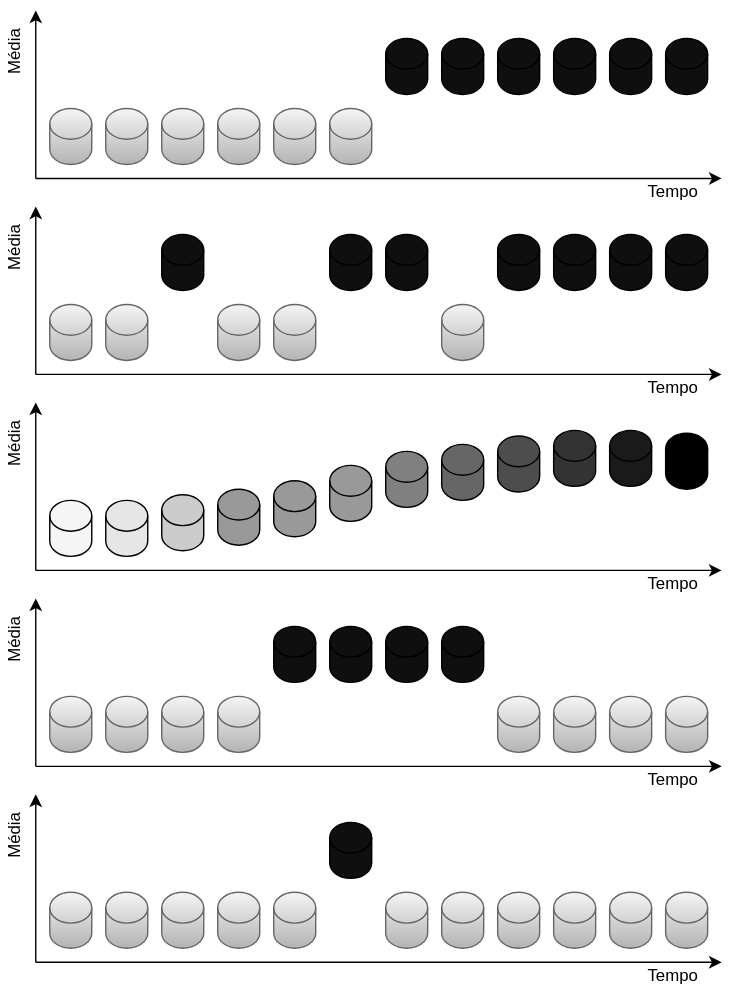
The draw.io diagram Desvios.svg in AllenHichard/machine-learning-image, before a commit. Source tidied: cells renumbered, new cells last; positions are measured from the earlier drawing's top-left corner, leaving out a move shared by most shapes.
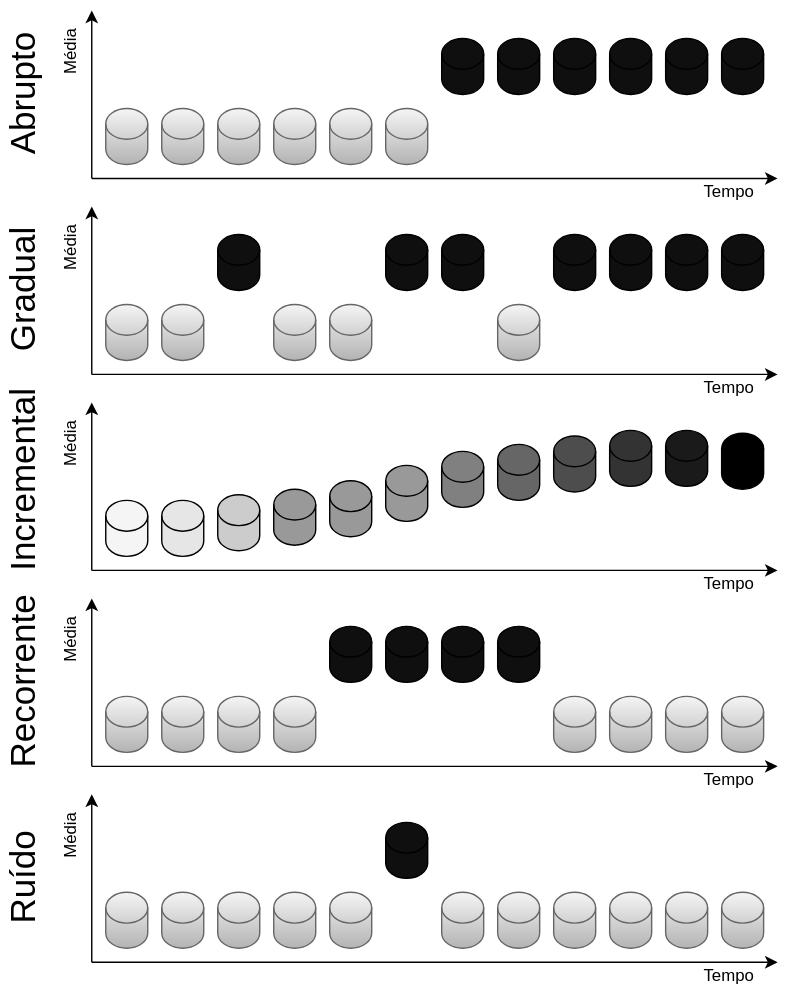
The same diagram one commit later.

Change to the diagram source:
```diff
@@ -272,5 +272,23 @@
     <mxCell id="81" style="shape=cylinder3;whiteSpace=wrap;html=1;boundedLbl=1;backgroundOutline=1;size=11;rotation=0;direction=east;flipV=0;flipH=0;gradientColor=#b3b3b3;fillColor=#f5f5f5;strokeColor=#666666;" parent="1" vertex="1">
       <mxGeometry x="330" y="630" width="30" height="40" as="geometry" />
     </mxCell>
+    <mxCell id="82" value="Text" style="text;html=1;strokeColor=none;fillColor=none;align=center;verticalAlign=middle;whiteSpace=wrap;rounded=0;fontColor=#FFFFFF;" parent="1" vertex="1">
+      <mxGeometry x="190" y="280" width="40" height="20" as="geometry" />
+    </mxCell>
+    <mxCell id="83" value="&lt;font color=&quot;#000000&quot; style=&quot;font-size: 25px&quot;&gt;Abrupto&lt;/font&gt;" style="text;html=1;align=center;verticalAlign=middle;strokeColor=none;fontColor=#FFFFFF;rotation=270;" parent="1" vertex="1">
+      <mxGeometry x="-60" y="50" width="100" height="20" as="geometry" />
+    </mxCell>
+    <mxCell id="84" value="&lt;font color=&quot;#000000&quot; style=&quot;font-size: 25px&quot;&gt;Gradual&lt;br&gt;&lt;/font&gt;" style="text;html=1;align=center;verticalAlign=middle;strokeColor=none;fontColor=#FFFFFF;rotation=270;" parent="1" vertex="1">
+      <mxGeometry x="-60" y="190" width="100" height="20" as="geometry" />
+    </mxCell>
+    <mxCell id="85" value="&lt;font color=&quot;#000000&quot; style=&quot;font-size: 25px&quot;&gt;Incremental&lt;br&gt;&lt;/font&gt;" style="text;html=1;align=center;verticalAlign=middle;strokeColor=none;fontColor=#FFFFFF;rotation=270;" parent="1" vertex="1">
+      <mxGeometry x="-85" y="326" width="150" height="20" as="geometry" />
+    </mxCell>
+    <mxCell id="86" value="&lt;font color=&quot;#000000&quot; style=&quot;font-size: 25px&quot;&gt;Recorrente&lt;br&gt;&lt;/font&gt;" style="text;html=1;align=center;verticalAlign=middle;strokeColor=none;fontColor=#FFFFFF;rotation=270;" parent="1" vertex="1">
+      <mxGeometry x="-80" y="470" width="140" height="20" as="geometry" />
+    </mxCell>
+    <mxCell id="87" value="&lt;font color=&quot;#000000&quot; style=&quot;font-size: 25px&quot;&gt;Ruído&lt;br&gt;&lt;/font&gt;" style="text;html=1;align=center;verticalAlign=middle;strokeColor=none;fontColor=#FFFFFF;rotation=270;" parent="1" vertex="1">
+      <mxGeometry x="-50" y="610" width="80" height="20" as="geometry" />
+    </mxCell>
   </root>
 </mxGraphModel>
```
